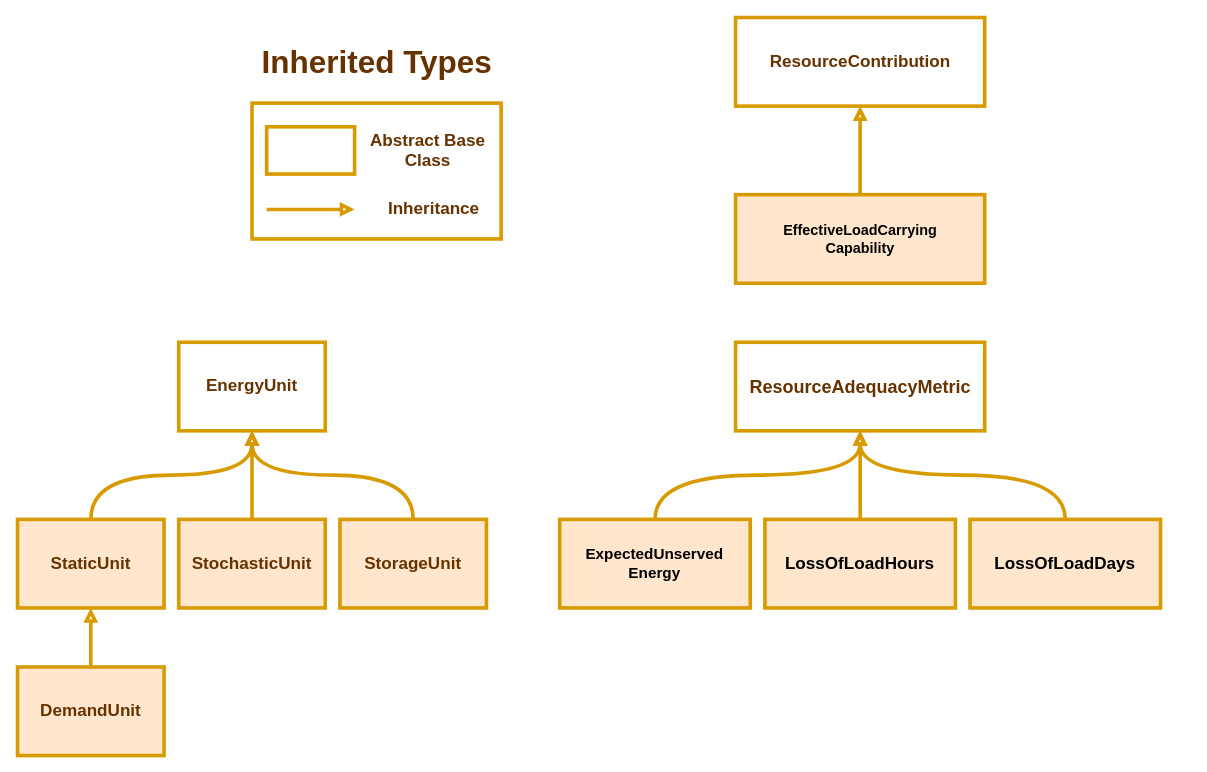
ijbd/assetra keeps this draw.io diagram as docs/_static/assetra-inherited-types.drawio. Above is the earlier version. Source tidied: cells renumbered, new cells numbered last; positions are measured from the earlier drawing's top-left corner, leaving out a move shared by most shapes. Both pictures are drawn from the tidied source at 90%, with x=0, y=0 at pixel (17, 17).
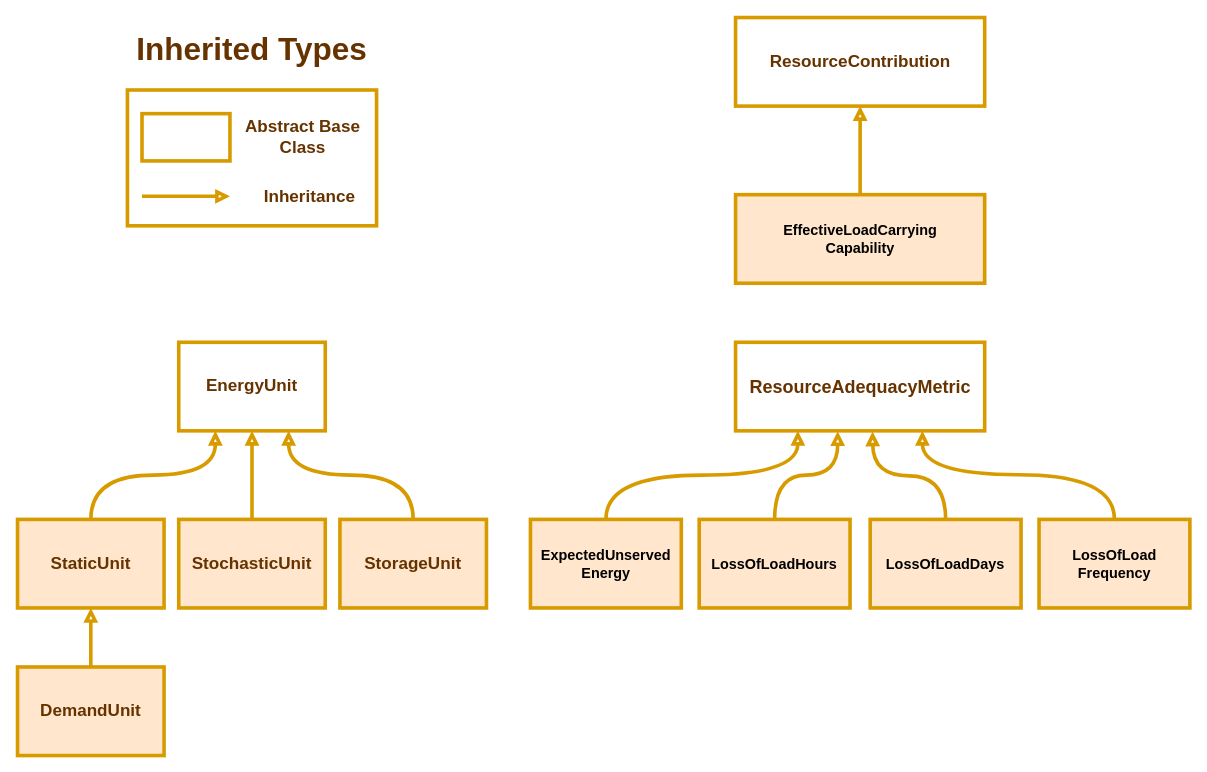
The same diagram, later.

The change refers to these unchanged cells:
```xml
<mxCell id="3" value="EnergyUnit" style="rounded=0;whiteSpace=wrap;html=1;fillColor=none;strokeColor=#d79b00;strokeWidth=4;fontColor=#663300;fontStyle=1;fontSize=19;" parent="1" vertex="1">
  <mxGeometry x="179.1" y="360.8" width="162.8" height="98.4" as="geometry" />
</mxCell>
<mxCell id="5" value="StorageUnit" style="rounded=0;whiteSpace=wrap;html=1;fillColor=#ffe6cc;strokeColor=#d79b00;strokeWidth=4;fontColor=#663300;fontStyle=1;fontSize=19;" parent="1" vertex="1">
  <mxGeometry x="358.2" y="557.6" width="162.8" height="98.4" as="geometry" />
</mxCell>
<mxCell id="9" value="StaticUnit" style="rounded=0;whiteSpace=wrap;html=1;fillColor=#ffe6cc;strokeColor=#d79b00;strokeWidth=4;fontColor=#663300;fontStyle=1;fontSize=19;" parent="1" vertex="1">
  <mxGeometry y="557.6" width="162.8" height="98.4" as="geometry" />
</mxCell>
<mxCell id="17" value="ResourceAdequacyMetric" style="rounded=0;whiteSpace=wrap;html=1;fillColor=none;strokeColor=#d79b00;strokeWidth=4;fontColor=#663300;fontStyle=1;fontSize=20;" parent="1" vertex="1">
  <mxGeometry x="797.8" y="360.8" width="276.8" height="98.4" as="geometry" />
</mxCell>
```

Change to the diagram source:
```diff
@@
     <mxCell id="2" style="rounded=0;whiteSpace=wrap;html=1;fontFamily=Helvetica;fontSize=16;fillColor=none;strokeColor=#d79b00;strokeWidth=4;fontColor=#663300;fontStyle=1;" parent="1" vertex="1">
-      <mxGeometry x="260.5" y="95.1" width="276.8" height="150.9" as="geometry" />
+      <mxGeometry x="122.1" y="80.5" width="276.8" height="150.9" as="geometry" />
     </mxCell>
@@
-    <mxCell id="4" style="edgeStyle=orthogonalEdgeStyle;shape=connector;curved=1;rounded=1;jettySize=auto;html=1;labelBackgroundColor=default;strokeColor=#d79b00;strokeWidth=4;fontFamily=Helvetica;fontSize=16;fontColor=#663300;endArrow=block;endFill=0;fillColor=#ffe6cc;exitX=0.5;exitY=0;exitDx=0;exitDy=0;entryX=0.5;entryY=1;entryDx=0;entryDy=0;fontStyle=1;" parent="1" edge="1" source="5" target="3">
+    <mxCell id="4" style="edgeStyle=orthogonalEdgeStyle;shape=connector;curved=1;rounded=1;jettySize=auto;html=1;labelBackgroundColor=default;strokeColor=#d79b00;strokeWidth=4;fontFamily=Helvetica;fontSize=16;fontColor=#663300;endArrow=block;endFill=0;fillColor=#ffe6cc;exitX=0.5;exitY=0;exitDx=0;exitDy=0;entryX=0.75;entryY=1;entryDx=0;entryDy=0;fontStyle=1;" parent="1" edge="1" source="5" target="3">
       <mxGeometry relative="1" as="geometry" />
     </mxCell>
@@
-    <mxCell id="8" style="edgeStyle=orthogonalEdgeStyle;shape=connector;curved=1;rounded=1;jettySize=auto;html=1;entryX=0.5;entryY=1;entryDx=0;entryDy=0;labelBackgroundColor=default;strokeColor=#d79b00;strokeWidth=4;fontFamily=Helvetica;fontSize=16;fontColor=#663300;endArrow=block;endFill=0;fillColor=#ffe6cc;exitX=0.5;exitY=0;exitDx=0;exitDy=0;fontStyle=1;" parent="1" edge="1" source="9" target="3">
+    <mxCell id="8" style="edgeStyle=orthogonalEdgeStyle;shape=connector;curved=1;rounded=1;jettySize=auto;html=1;entryX=0.25;entryY=1;entryDx=0;entryDy=0;labelBackgroundColor=default;strokeColor=#d79b00;strokeWidth=4;fontFamily=Helvetica;fontSize=16;fontColor=#663300;endArrow=block;endFill=0;fillColor=#ffe6cc;exitX=0.5;exitY=0;exitDx=0;exitDy=0;fontStyle=1;" parent="1" edge="1" source="9" target="3">
       <mxGeometry relative="1" as="geometry" />
     </mxCell>
@@
     <mxCell id="12" style="edgeStyle=orthogonalEdgeStyle;rounded=0;orthogonalLoop=1;jettySize=auto;html=1;entryX=0;entryY=0.5;entryDx=0;entryDy=0;fillColor=#ffe6cc;strokeColor=#d79b00;fontColor=#663300;strokeWidth=4;endArrow=block;endFill=0;fontStyle=1;fontSize=16;" parent="1" edge="1">
       <mxGeometry relative="1" as="geometry">
-        <mxPoint x="276.8" y="213.2" as="sourcePoint" />
-        <mxPoint x="374.5" y="213.2" as="targetPoint" />
+        <mxPoint x="138.3" y="198.6" as="sourcePoint" />
+        <mxPoint x="236" y="198.6" as="targetPoint" />
       </mxGeometry>
     </mxCell>
     <mxCell id="13" value="Abstract Base Class" style="text;html=1;strokeColor=none;fillColor=none;align=center;verticalAlign=middle;whiteSpace=wrap;rounded=0;fontSize=19;fontFamily=Helvetica;fontStyle=1;fontColor=#663300;strokeWidth=4;" parent="1" vertex="1">
-      <mxGeometry x="390.8" y="131.2" width="130.3" height="32.8" as="geometry" />
+      <mxGeometry x="252.3" y="116.6" width="130.3" height="32.8" as="geometry" />
     </mxCell>
     <mxCell id="14" value="Inheritance" style="text;html=1;strokeColor=none;fillColor=none;align=left;verticalAlign=middle;whiteSpace=wrap;rounded=0;fontSize=19;fontFamily=Helvetica;fontStyle=1;fontColor=#663300;strokeWidth=4;" parent="1" vertex="1">
-      <mxGeometry x="410.3" y="196.8" width="97.7" height="32.8" as="geometry" />
+      <mxGeometry x="271.8" y="182.2" width="97.7" height="32.8" as="geometry" />
     </mxCell>
     <mxCell id="15" value="&lt;span style=&quot;font-size: 35px;&quot;&gt;Inherited Types&lt;br style=&quot;font-size: 35px;&quot;&gt;&lt;/span&gt;" style="text;html=1;strokeColor=none;fillColor=none;align=center;verticalAlign=middle;whiteSpace=wrap;rounded=0;fontSize=35;fontFamily=Helvetica;fontColor=#663300;fontStyle=1;strokeWidth=4;" parent="1" vertex="1">
-      <mxGeometry x="260.5" y="24.6" width="276.9" height="49.2" as="geometry" />
+      <mxGeometry x="122" y="10" width="276.9" height="49.2" as="geometry" />
     </mxCell>
     <mxCell id="16" style="rounded=0;whiteSpace=wrap;html=1;fontFamily=Helvetica;fontSize=16;fillColor=none;strokeColor=#d79b00;strokeWidth=4;fontColor=#663300;fontStyle=1;" parent="1" vertex="1">
-      <mxGeometry x="276.8" y="121.4" width="97.7" height="52.5" as="geometry" />
+      <mxGeometry x="138.3" y="106.8" width="97.7" height="52.5" as="geometry" />
     </mxCell>
@@
-    <mxCell id="18" style="edgeStyle=orthogonalEdgeStyle;shape=connector;curved=1;rounded=1;jettySize=auto;html=1;entryX=0.5;entryY=1;entryDx=0;entryDy=0;labelBackgroundColor=default;strokeColor=#d79b00;strokeWidth=4;fontFamily=Helvetica;fontSize=16;fontColor=#006600;endArrow=block;endFill=0;fillColor=#ffe6cc;" parent="1" edge="1" source="19" target="17">
+    <mxCell id="18" style="edgeStyle=orthogonalEdgeStyle;shape=connector;curved=1;rounded=1;jettySize=auto;html=1;entryX=0.25;entryY=1;entryDx=0;entryDy=0;labelBackgroundColor=default;strokeColor=#d79b00;strokeWidth=4;fontFamily=Helvetica;fontSize=16;fontColor=#006600;endArrow=block;endFill=0;fillColor=#ffe6cc;exitX=0.5;exitY=0;exitDx=0;exitDy=0;" parent="1" edge="1" source="19" target="17">
       <mxGeometry relative="1" as="geometry" />
     </mxCell>
-    <mxCell id="19" value="&lt;div style=&quot;font-size: 17px;&quot;&gt;ExpectedUnserved&lt;/div&gt;&lt;div style=&quot;font-size: 17px;&quot;&gt;Energy&lt;/div&gt;" style="rounded=0;whiteSpace=wrap;html=1;fillColor=#ffe6cc;strokeColor=#d79b00;strokeWidth=4;fontStyle=1;fontSize=17;" parent="1" vertex="1">
-      <mxGeometry x="602.4" y="557.6" width="211.7" height="98.4" as="geometry" />
+    <mxCell id="19" value="&lt;div style=&quot;font-size: 16px;&quot;&gt;ExpectedUnserved&lt;/div&gt;&lt;div style=&quot;font-size: 16px;&quot;&gt;Energy&lt;/div&gt;" style="rounded=0;whiteSpace=wrap;html=1;fillColor=#ffe6cc;strokeColor=#d79b00;strokeWidth=4;fontStyle=1;fontSize=16;" parent="1" vertex="1">
+      <mxGeometry x="569.9" y="557.6" width="167.6" height="98.4" as="geometry" />
     </mxCell>
-    <mxCell id="20" style="edgeStyle=orthogonalEdgeStyle;shape=connector;curved=1;rounded=1;jettySize=auto;html=1;labelBackgroundColor=default;strokeColor=#d79b00;strokeWidth=4;fontFamily=Helvetica;fontSize=16;fontColor=#006600;endArrow=block;endFill=0;fillColor=#ffe6cc;" parent="1" edge="1" source="21">
-      <mxGeometry relative="1" as="geometry">
-        <mxPoint x="936.2" y="459.2" as="targetPoint" />
-      </mxGeometry>
-    </mxCell>
-    <mxCell id="21" value="LossOfLoadHours" style="rounded=0;whiteSpace=wrap;html=1;fillColor=#ffe6cc;strokeColor=#d79b00;strokeWidth=4;fontStyle=1;fontSize=19;" parent="1" vertex="1">
-      <mxGeometry x="830.4" y="557.6" width="211.7" height="98.4" as="geometry" />
-    </mxCell>
-    <mxCell id="22" style="edgeStyle=orthogonalEdgeStyle;shape=connector;curved=1;rounded=1;jettySize=auto;html=1;entryX=0.5;entryY=1;entryDx=0;entryDy=0;labelBackgroundColor=default;strokeColor=#d79b00;strokeWidth=4;fontFamily=Helvetica;fontSize=16;fontColor=#006600;endArrow=block;endFill=0;fillColor=#ffe6cc;" parent="1" edge="1" source="23" target="17">
-      <mxGeometry relative="1" as="geometry" />
-    </mxCell>
-    <mxCell id="23" value="LossOfLoadDays" style="rounded=0;whiteSpace=wrap;html=1;fillColor=#ffe6cc;strokeColor=#d79b00;strokeWidth=4;fontStyle=1;fontSize=19;" parent="1" vertex="1">
-      <mxGeometry x="1058.3" y="557.6" width="211.7" height="98.4" as="geometry" />
-    </mxCell>
@@
+    <mxCell id="27" style="edgeStyle=orthogonalEdgeStyle;shape=connector;curved=1;rounded=1;jettySize=auto;html=1;labelBackgroundColor=default;strokeColor=#d79b00;strokeWidth=4;fontFamily=Helvetica;fontSize=16;fontColor=#006600;endArrow=block;endFill=0;fillColor=#ffe6cc;entryX=0.41;entryY=1.005;entryDx=0;entryDy=0;entryPerimeter=0;" parent="1" edge="1" source="21" target="17">
+      <mxGeometry relative="1" as="geometry" />
+    </mxCell>
+    <mxCell id="21" value="LossOfLoadHours" style="rounded=0;whiteSpace=wrap;html=1;fillColor=#ffe6cc;strokeColor=#d79b00;strokeWidth=4;fontStyle=1;fontSize=16;" parent="1" vertex="1">
+      <mxGeometry x="757.4" y="557.6" width="167.6" height="98.4" as="geometry" />
+    </mxCell>
+    <mxCell id="28" style="edgeStyle=orthogonalEdgeStyle;shape=connector;curved=1;rounded=1;jettySize=auto;html=1;labelBackgroundColor=default;strokeColor=#d79b00;strokeWidth=4;fontFamily=Helvetica;fontSize=16;fontColor=#006600;endArrow=block;endFill=0;fillColor=#ffe6cc;" parent="1" edge="1" source="23">
+      <mxGeometry relative="1" as="geometry">
+        <mxPoint x="950" y="460" as="targetPoint" />
+      </mxGeometry>
+    </mxCell>
+    <mxCell id="23" value="LossOfLoadDays" style="rounded=0;whiteSpace=wrap;html=1;fillColor=#ffe6cc;strokeColor=#d79b00;strokeWidth=4;fontStyle=1;fontSize=16;" parent="1" vertex="1">
+      <mxGeometry x="947.4" y="557.6" width="167.6" height="98.4" as="geometry" />
+    </mxCell>
+    <mxCell id="29" style="edgeStyle=orthogonalEdgeStyle;shape=connector;curved=1;rounded=1;jettySize=auto;html=1;labelBackgroundColor=default;strokeColor=#d79b00;strokeWidth=4;fontFamily=Helvetica;fontSize=16;fontColor=#006600;endArrow=block;endFill=0;fillColor=#ffe6cc;exitX=0.5;exitY=0;exitDx=0;exitDy=0;entryX=0.75;entryY=1;entryDx=0;entryDy=0;" parent="1" edge="1" source="30" target="17">
+      <mxGeometry relative="1" as="geometry">
+        <Array as="points">
+          <mxPoint x="1219" y="508" />
+          <mxPoint x="1005" y="508" />
+        </Array>
+      </mxGeometry>
+    </mxCell>
+    <mxCell id="30" value="&lt;div&gt;LossOfLoad&lt;/div&gt;&lt;div&gt;Frequency&lt;/div&gt;" style="rounded=0;whiteSpace=wrap;html=1;fillColor=#ffe6cc;strokeColor=#d79b00;strokeWidth=4;fontStyle=1;fontSize=16;" parent="1" vertex="1">
+      <mxGeometry x="1135" y="557.6" width="167.6" height="98.4" as="geometry" />
+    </mxCell>
```
